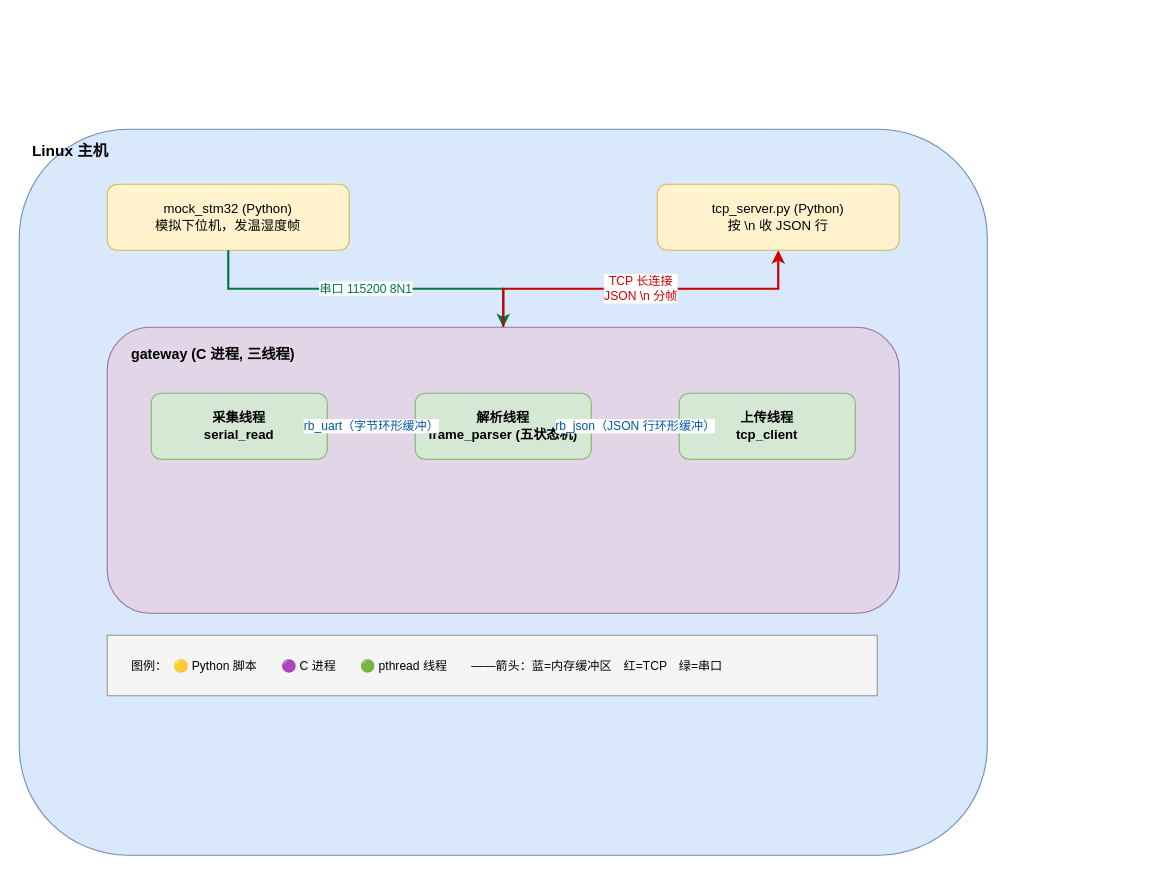
Above: docs/architecture.drawio in 6sense6/linux_gateway (draw.io), before the change. Source tidied: cells renumbered, new cells numbered last; positions are measured from the earlier drawing's top-left corner, leaving out a move shared by most shapes. Both pictures are drawn from the tidied source at 110%, with x=0, y=0 at pixel (19, 129).
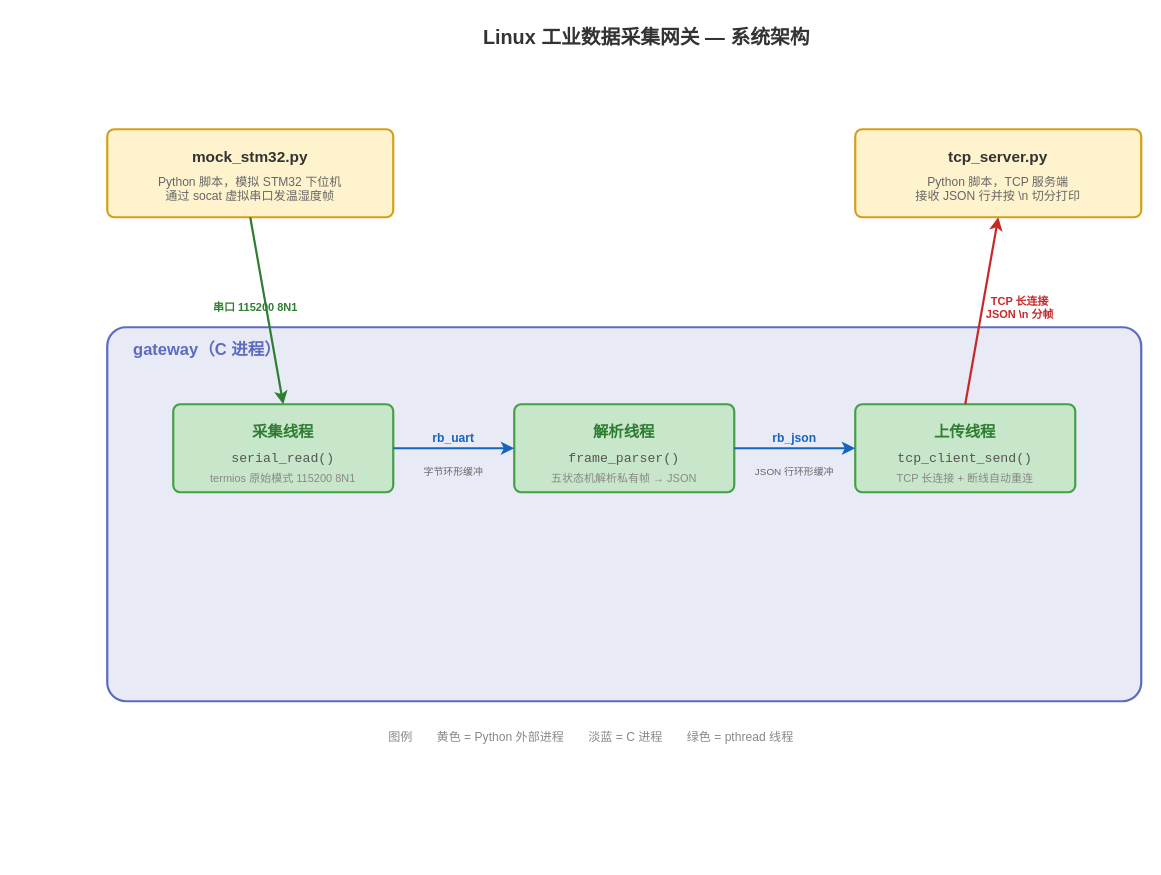
The same diagram, later.

Commit message (it also covers changes not shown here):
day7: redesign diagrams, cleaner color scheme

What changed in the source:
```diff
@@
-    <mxCell id="2" value="Linux 主机" style="rounded=1;whiteSpace=wrap;html=1;fillColor=#dae8fc;strokeColor=#6c8ebf;fontStyle=1;fontSize=14;verticalAlign=top;align=left;spacingLeft=10;spacingTop=5;" parent="1" vertex="1">
-      <mxGeometry width="880" height="660" as="geometry" />
-    </mxCell>
-    <mxCell id="3" value="mock_stm32 (Python)&#10;模拟下位机，发温湿度帧" style="rounded=1;whiteSpace=wrap;html=1;fillColor=#fff2cc;strokeColor=#d6b656;fontSize=12;" parent="1" vertex="1">
-      <mxGeometry x="80" y="50" width="220" height="60" as="geometry" />
-    </mxCell>
-    <mxCell id="4" value="tcp_server.py (Python)&#10;按 \n 收 JSON 行" style="rounded=1;whiteSpace=wrap;html=1;fillColor=#fff2cc;strokeColor=#d6b656;fontSize=12;" parent="1" vertex="1">
-      <mxGeometry x="580" y="50" width="220" height="60" as="geometry" />
-    </mxCell>
-    <mxCell id="5" value="串口 115200 8N1" style="edgeStyle=orthogonalEdgeStyle;rounded=0;jettySize=auto;html=1;fontSize=11;fontColor=#007744;strokeColor=#007744;strokeWidth=2;" parent="1" edge="1" source="3" target="7">
-      <mxGeometry relative="1" as="geometry" />
-    </mxCell>
-    <mxCell id="6" value="TCP 长连接&#10;JSON \n 分帧" style="edgeStyle=orthogonalEdgeStyle;rounded=0;jettySize=auto;html=1;fontSize=11;fontColor=#CC0000;strokeColor=#CC0000;strokeWidth=2;" parent="1" edge="1" source="7" target="4">
-      <mxGeometry relative="1" as="geometry" />
-    </mxCell>
+    <mxCell id="16" value="Linux 工业数据采集网关 — 系统架构" style="text;html=1;fontSize=18;fontStyle=1;fontColor=#333333;align=center;" parent="1" vertex="1">
+      <mxGeometry x="270" y="-100" width="600" height="30" as="geometry" />
+    </mxCell>
+    <mxCell id="17" style="rounded=1;whiteSpace=wrap;fillColor=#FFF3CD;strokeColor=#D4A017;strokeWidth=2;arcSize=8;" parent="1" vertex="1">
+      <mxGeometry x="80" width="260" height="80" as="geometry" />
+    </mxCell>
+    <mxCell id="18" value="mock_stm32.py" style="text;fontSize=14;fontStyle=1;fontColor=#333333;align=center;" parent="1" vertex="1">
+      <mxGeometry x="80" y="10" width="260" height="25" as="geometry" />
+    </mxCell>
+    <mxCell id="19" value="Python 脚本，模拟 STM32 下位机&#10;通过 socat 虚拟串口发温湿度帧" style="text;fontSize=11;fontColor=#666666;align=center;" parent="1" vertex="1">
+      <mxGeometry x="80" y="35" width="260" height="35" as="geometry" />
+    </mxCell>
+    <mxCell id="20" style="rounded=1;whiteSpace=wrap;fillColor=#FFF3CD;strokeColor=#D4A017;strokeWidth=2;arcSize=8;" parent="1" vertex="1">
+      <mxGeometry x="760" width="260" height="80" as="geometry" />
+    </mxCell>
+    <mxCell id="21" value="tcp_server.py" style="text;fontSize=14;fontStyle=1;fontColor=#333333;align=center;" parent="1" vertex="1">
+      <mxGeometry x="760" y="10" width="260" height="25" as="geometry" />
+    </mxCell>
+    <mxCell id="22" value="Python 脚本，TCP 服务端&#10;接收 JSON 行并按 \n 切分打印" style="text;fontSize=11;fontColor=#666666;align=center;" parent="1" vertex="1">
+      <mxGeometry x="760" y="35" width="260" height="35" as="geometry" />
+    </mxCell>
-    <mxCell id="7" style="rounded=1;whiteSpace=wrap;html=1;fillColor=#e1d5e7;strokeColor=#9673a6;fontSize=12;" parent="1" vertex="1">
-      <mxGeometry x="80" y="180" width="720" height="260" as="geometry" />
+    <mxCell id="7" style="rounded=1;whiteSpace=wrap;fillColor=#E8EAF6;strokeColor=#5C6BC0;strokeWidth=2;arcSize=5;" parent="1" vertex="1">
+      <mxGeometry x="80" y="180" width="940" height="340" as="geometry" />
     </mxCell>
-    <mxCell id="8" value="gateway (C 进程, 三线程)" style="text;html=1;strokeColor=none;fillColor=none;align=left;verticalAlign=top;whiteSpace=wrap;rounded=0;fontSize=13;fontStyle=1;spacingLeft=10;spacingTop=5;" parent="1" vertex="1">
+    <mxCell id="8" value="gateway（C 进程）" style="text;fontSize=15;fontStyle=1;fontColor=#5C6BC0;align=left;spacingLeft=12;" parent="1" vertex="1">
       <mxGeometry x="90" y="185" width="300" height="25" as="geometry" />
     </mxCell>
-    <mxCell id="9" value="采集线程&#10;serial_read" style="rounded=1;whiteSpace=wrap;html=1;fillColor=#d5e8d4;strokeColor=#82b366;fontSize=12;fontStyle=1;" parent="1" vertex="1">
-      <mxGeometry x="120" y="240" width="160" height="60" as="geometry" />
-    </mxCell>
-    <mxCell id="10" value="解析线程&#10;frame_parser (五状态机)" style="rounded=1;whiteSpace=wrap;html=1;fillColor=#d5e8d4;strokeColor=#82b366;fontSize=12;fontStyle=1;" parent="1" vertex="1">
-      <mxGeometry x="360" y="240" width="160" height="60" as="geometry" />
-    </mxCell>
-    <mxCell id="11" value="上传线程&#10;tcp_client" style="rounded=1;whiteSpace=wrap;html=1;fillColor=#d5e8d4;strokeColor=#82b366;fontSize=12;fontStyle=1;" parent="1" vertex="1">
-      <mxGeometry x="600" y="240" width="160" height="60" as="geometry" />
-    </mxCell>
+    <mxCell id="23" style="rounded=1;whiteSpace=wrap;fillColor=#C8E6C9;strokeColor=#43A047;strokeWidth=2;arcSize=8;" parent="1" vertex="1">
+      <mxGeometry x="140" y="250" width="200" height="80" as="geometry" />
+    </mxCell>
+    <mxCell id="24" value="采集线程" style="text;fontSize=14;fontStyle=1;fontColor=#2E7D32;align=center;" parent="1" vertex="1">
+      <mxGeometry x="140" y="260" width="200" height="25" as="geometry" />
+    </mxCell>
+    <mxCell id="25" value="serial_read()" style="text;fontSize=12;fontColor=#555555;align=center;fontFamily=Courier New;" parent="1" vertex="1">
+      <mxGeometry x="140" y="285" width="200" height="20" as="geometry" />
+    </mxCell>
+    <mxCell id="26" value="termios 原始模式 115200 8N1" style="text;fontSize=10;fontColor=#888888;align=center;" parent="1" vertex="1">
+      <mxGeometry x="140" y="305" width="200" height="18" as="geometry" />
+    </mxCell>
+    <mxCell id="27" style="rounded=1;whiteSpace=wrap;fillColor=#C8E6C9;strokeColor=#43A047;strokeWidth=2;arcSize=8;" parent="1" vertex="1">
+      <mxGeometry x="450" y="250" width="200" height="80" as="geometry" />
+    </mxCell>
+    <mxCell id="28" value="解析线程" style="text;fontSize=14;fontStyle=1;fontColor=#2E7D32;align=center;" parent="1" vertex="1">
+      <mxGeometry x="450" y="260" width="200" height="25" as="geometry" />
+    </mxCell>
+    <mxCell id="29" value="frame_parser()" style="text;fontSize=12;fontColor=#555555;align=center;fontFamily=Courier New;" parent="1" vertex="1">
+      <mxGeometry x="450" y="285" width="200" height="20" as="geometry" />
+    </mxCell>
+    <mxCell id="30" value="五状态机解析私有帧 → JSON" style="text;fontSize=10;fontColor=#888888;align=center;" parent="1" vertex="1">
+      <mxGeometry x="450" y="305" width="200" height="18" as="geometry" />
+    </mxCell>
+    <mxCell id="31" style="rounded=1;whiteSpace=wrap;fillColor=#C8E6C9;strokeColor=#43A047;strokeWidth=2;arcSize=8;" parent="1" vertex="1">
+      <mxGeometry x="760" y="250" width="200" height="80" as="geometry" />
+    </mxCell>
+    <mxCell id="32" value="上传线程" style="text;fontSize=14;fontStyle=1;fontColor=#2E7D32;align=center;" parent="1" vertex="1">
+      <mxGeometry x="760" y="260" width="200" height="25" as="geometry" />
+    </mxCell>
+    <mxCell id="33" value="tcp_client_send()" style="text;fontSize=12;fontColor=#555555;align=center;fontFamily=Courier New;" parent="1" vertex="1">
+      <mxGeometry x="760" y="285" width="200" height="20" as="geometry" />
+    </mxCell>
+    <mxCell id="34" value="TCP 长连接 + 断线自动重连" style="text;fontSize=10;fontColor=#888888;align=center;" parent="1" vertex="1">
+      <mxGeometry x="760" y="305" width="200" height="18" as="geometry" />
+    </mxCell>
+    <mxCell id="35" style="endArrow=classic;html=1;strokeColor=#1565C0;strokeWidth=2;" parent="1" edge="1">
+      <mxGeometry relative="1" as="geometry">
+        <mxPoint x="340" y="290" as="sourcePoint" />
+        <mxPoint x="450" y="290" as="targetPoint" />
+      </mxGeometry>
+    </mxCell>
-    <mxCell id="12" value="rb_uart（字节环形缓冲）" style="edgeStyle=orthogonalEdgeStyle;rounded=0;jettySize=auto;html=1;fontSize=11;fontColor=#0055AA;strokeColor=#0055AA;strokeWidth=2;" parent="1" edge="1" source="9" target="10">
-      <mxGeometry relative="1" as="geometry" />
+    <mxCell id="12" value="rb_uart" style="text;fontSize=11;fontStyle=1;fontColor=#1565C0;align=center;" parent="1" vertex="1">
+      <mxGeometry x="355" y="268" width="80" height="18" as="geometry" />
     </mxCell>
+    <mxCell id="36" value="字节环形缓冲" style="text;fontSize=9;fontColor=#666666;align=center;" parent="1" vertex="1">
+      <mxGeometry x="355" y="300" width="80" height="14" as="geometry" />
+    </mxCell>
+    <mxCell id="37" style="endArrow=classic;html=1;strokeColor=#1565C0;strokeWidth=2;" parent="1" edge="1">
+      <mxGeometry relative="1" as="geometry">
+        <mxPoint x="650" y="290" as="sourcePoint" />
+        <mxPoint x="760" y="290" as="targetPoint" />
+      </mxGeometry>
+    </mxCell>
-    <mxCell id="13" value="rb_json（JSON 行环形缓冲）" style="edgeStyle=orthogonalEdgeStyle;rounded=0;jettySize=auto;html=1;fontSize=11;fontColor=#0055AA;strokeColor=#0055AA;strokeWidth=2;" parent="1" edge="1" source="10" target="11">
-      <mxGeometry relative="1" as="geometry" />
+    <mxCell id="13" value="rb_json" style="text;fontSize=11;fontStyle=1;fontColor=#1565C0;align=center;" parent="1" vertex="1">
+      <mxGeometry x="665" y="268" width="80" height="18" as="geometry" />
     </mxCell>
-    <mxCell id="14" style="rounded=0;whiteSpace=wrap;html=1;fillColor=#f5f5f5;strokeColor=#999999;fontSize=10;" parent="1" vertex="1">
-      <mxGeometry x="80" y="460" width="700" height="55" as="geometry" />
-    </mxCell>
+    <mxCell id="38" value="JSON 行环形缓冲" style="text;fontSize=9;fontColor=#666666;align=center;" parent="1" vertex="1">
+      <mxGeometry x="665" y="300" width="80" height="14" as="geometry" />
+    </mxCell>
+    <mxCell id="5" style="endArrow=classic;html=1;strokeColor=#2E7D32;strokeWidth=2;" parent="1" edge="1">
+      <mxGeometry relative="1" as="geometry">
+        <mxPoint x="210" y="80" as="sourcePoint" />
+        <mxPoint x="240" y="250" as="targetPoint" />
+      </mxGeometry>
+    </mxCell>
+    <mxCell id="39" value="串口 115200 8N1" style="text;fontSize=10;fontColor=#2E7D32;fontStyle=1;align=center;" parent="1" vertex="1">
+      <mxGeometry x="165" y="150" width="100" height="18" as="geometry" />
+    </mxCell>
+    <mxCell id="6" style="endArrow=classic;html=1;strokeColor=#C62828;strokeWidth=2;" parent="1" edge="1">
+      <mxGeometry relative="1" as="geometry">
+        <mxPoint x="860" y="250" as="sourcePoint" />
+        <mxPoint x="890" y="80" as="targetPoint" />
+      </mxGeometry>
+    </mxCell>
+    <mxCell id="40" value="TCP 长连接&#10;JSON \n 分帧" style="text;fontSize=10;fontColor=#C62828;fontStyle=1;align=center;" parent="1" vertex="1">
+      <mxGeometry x="860" y="144" width="100" height="30" as="geometry" />
+    </mxCell>
-    <mxCell id="15" value="图例：　🟡 Python 脚本　　🟣 C 进程　　🟢 pthread 线程　　——箭头：蓝=内存缓冲区　红=TCP　绿=串口" style="text;html=1;strokeColor=none;fillColor=none;align=left;verticalAlign=middle;whiteSpace=wrap;rounded=0;fontSize=11;spacingLeft=10;" parent="1" vertex="1">
-      <mxGeometry x="90" y="470" width="680" height="35" as="geometry" />
+    <mxCell id="15" value="图例　　黄色 = Python 外部进程　　淡蓝 = C 进程　　绿色 = pthread 线程" style="text;fontSize=11;fontColor=#888888;align=center;" parent="1" vertex="1">
+      <mxGeometry x="220" y="540" width="600" height="20" as="geometry" />
     </mxCell>
```
